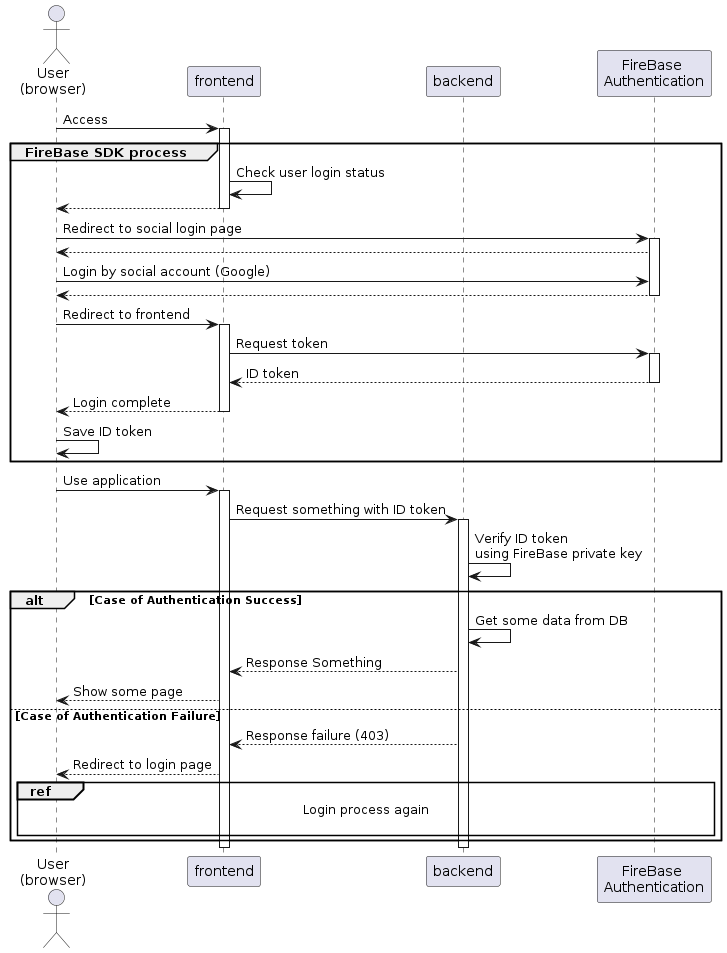
naoyuki1115/chan-kari keeps this PlantUML diagram as docs/sequence/authentication/Authentication.png. Above is the earlier version. The source it was exported from:
```plantuml
@startuml Authentication

Actor "User\n(browser)" as user
participant "frontend" as fe
participant "backend" as be
participant "FireBase \nAuthentication" as auth

user -> fe: Access
group FireBase SDK process
    activate fe
        fe -> fe: Check user login status
        fe --> user:
    deactivate
    user -> auth: Redirect to social login page
    activate auth
        auth --> user
        user -> auth: Login by social account (Google)
        auth --> user
    deactivate
    user -> fe: Redirect to frontend
    activate fe
        fe -> auth: Request token
        activate auth
            auth --> fe: ID token
        deactivate
        fe --> user: Login complete
    deactivate
    user -> user: Save ID token
end
user -> fe: Use application
activate fe
    fe -> be: Request something with ID token
    activate be
        be -> be: Verify ID token \nusing FireBase private key
        alt Case of Authentication Success
        be -> be: Get some data from DB
        be --> fe: Response Something
        fe --> user: Show some page

        else Case of Authentication Failure
        be --> fe: Response failure (403)
        fe --> user: Redirect to login page
        ref over user, auth: Login process again\n
        end
    deactivate
deactivate

@enduml
```
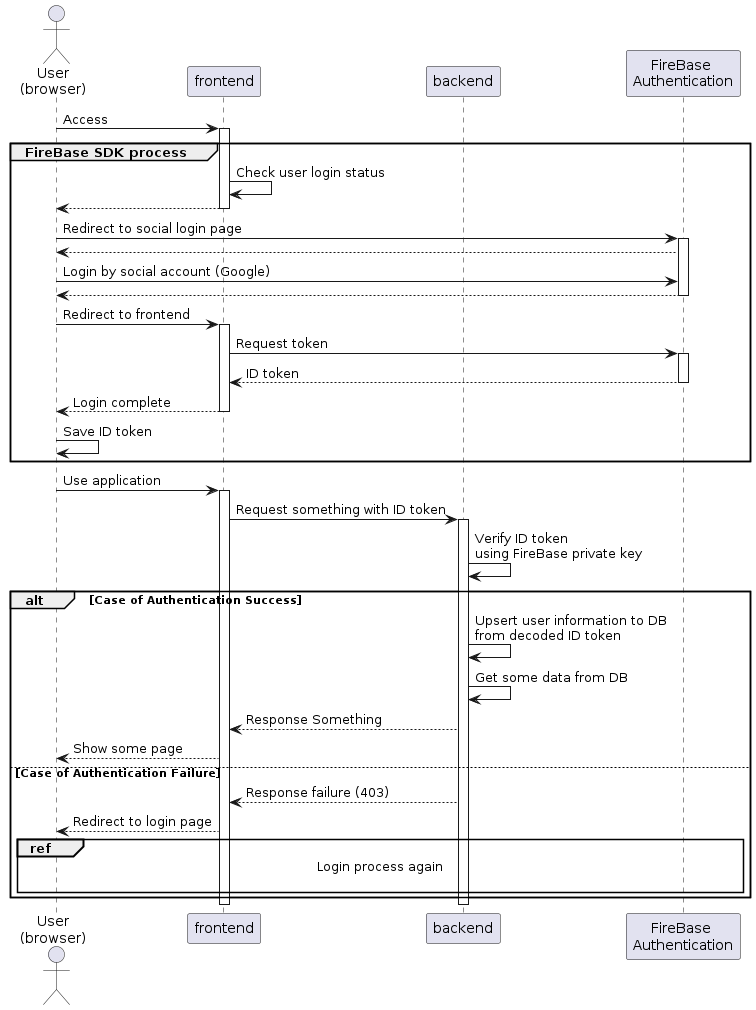
Later version of the same file.

Commit message:
Add process to upsert user info to DB

The edit, as a diff of the source:
```diff
@@ -33,14 +33,15 @@
     activate be
         be -> be: Verify ID token \nusing FireBase private key
         alt Case of Authentication Success
-        be -> be: Get some data from DB
-        be --> fe: Response Something
-        fe --> user: Show some page
+            be -> be: Upsert user information to DB \nfrom decoded ID token
+            be -> be: Get some data from DB
+            be --> fe: Response Something
+            fe --> user: Show some page
 
         else Case of Authentication Failure
-        be --> fe: Response failure (403)
-        fe --> user: Redirect to login page
-        ref over user, auth: Login process again\n
+            be --> fe: Response failure (403)
+            fe --> user: Redirect to login page
+            ref over user, auth: Login process again\n
         end
     deactivate
 deactivate
```
